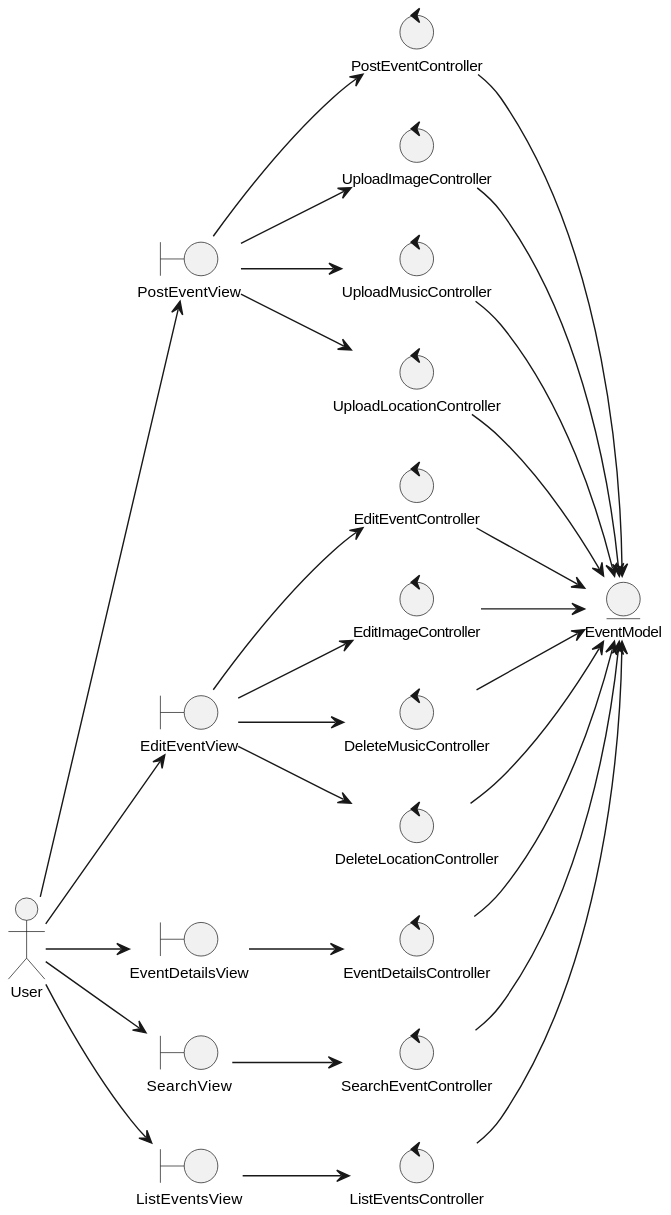
Earlier version of the PlantUML export Análisis/Clases de Análisis/diagramas/analysisClassDiagramEventsManagements.svg (valeraruggierotesisucv/tesis-frameworks-mobile-diagrams).
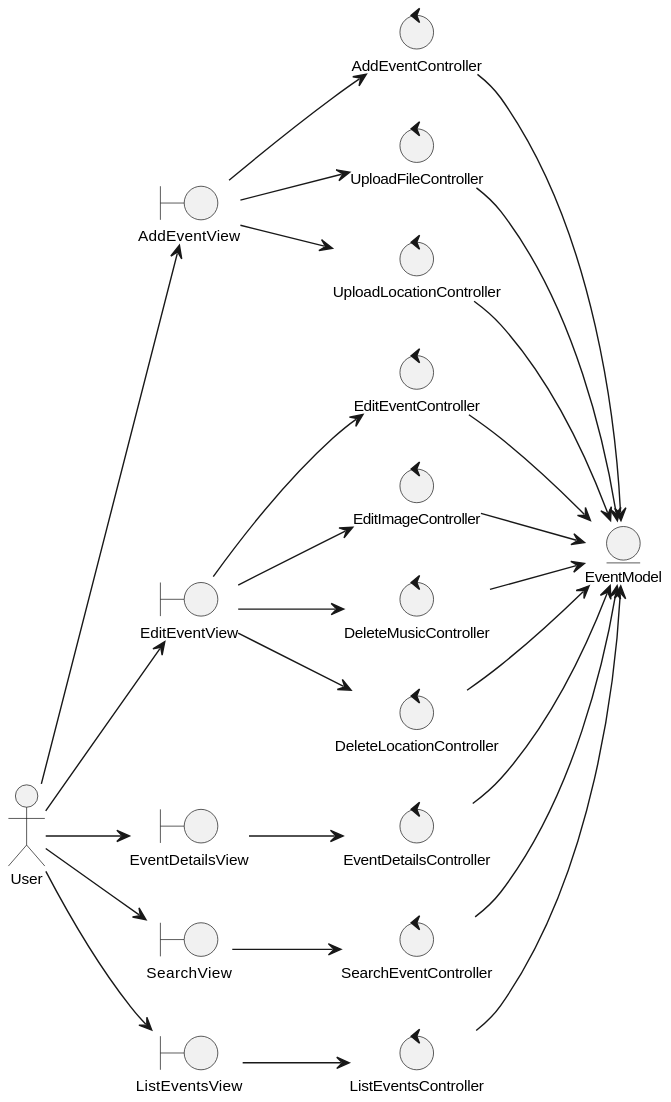
The same diagram one commit later.

Commit message:
Update user management and social interactions diagrams: add LogoutView and LogoutController, remove UnfollowUserController and DislikeEventController interactions.

Change to the diagram source:
```diff
@@ -8,15 +8,14 @@
 
 entity "EventModel" as eventModel
 
-boundary "PostEventView" as postEventView
+boundary "AddEventView" as addEventView
 boundary "EditEventView" as editEventView
 boundary "EventDetailsView" as eventDetailsView
 boundary "SearchView" as searchView
 boundary "ListEventsView" as listEventsView
 
-control "PostEventController" as postEventController
-control "UploadImageController" as uploadImageController
-control "UploadMusicController" as uploadMusicController
+control "AddEventController" as addEventController
+control "UploadFileController" as uploadFileController
 control "UploadLocationController" as uploadLocationController
 control "EditEventController" as editEventController
 control "EditImageController" as editImageController
@@ -26,16 +25,15 @@
 control "SearchEventController" as searchEventController
 control "ListEventsController" as listEventsController
 
-user --> postEventView
+user --> addEventView
 user --> editEventView
 user --> eventDetailsView
 user --> searchView
 user --> listEventsView
 
-postEventView --> postEventController
-postEventView --> uploadImageController
-postEventView --> uploadMusicController
-postEventView --> uploadLocationController
+addEventView --> addEventController
+addEventView --> uploadFileController
+addEventView --> uploadLocationController
 editEventView --> editEventController
 editEventView --> editImageController
 editEventView --> deleteMusicController
@@ -44,9 +42,8 @@
 searchView --> searchEventController
 listEventsView --> listEventsController
 
-postEventController --> eventModel
-uploadImageController --> eventModel
-uploadMusicController --> eventModel
+addEventController --> eventModel
+uploadFileController --> eventModel
 uploadLocationController --> eventModel
 editImageController --> eventModel
 deleteMusicController --> eventModel
```
